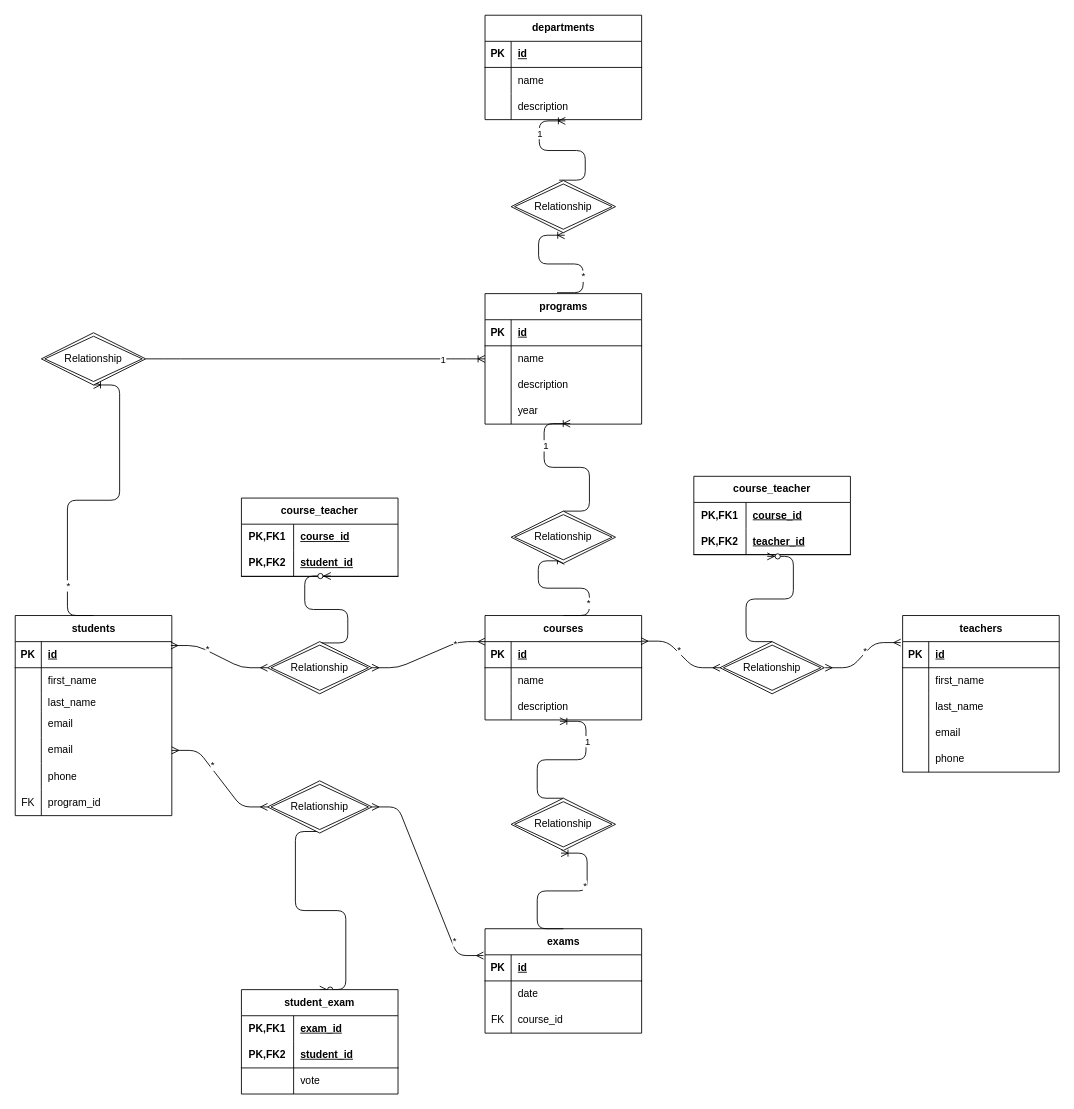
Earlier version of the draw.io diagram er-diagram.drawio (gialli24/db-university). Source tidied: cells renumbered, new cells numbered last; positions are measured from the earlier drawing's top-left corner, leaving out a move shared by most shapes. Both pictures are drawn from the tidied source at 87%, with x=0, y=0 at pixel (15, 15).
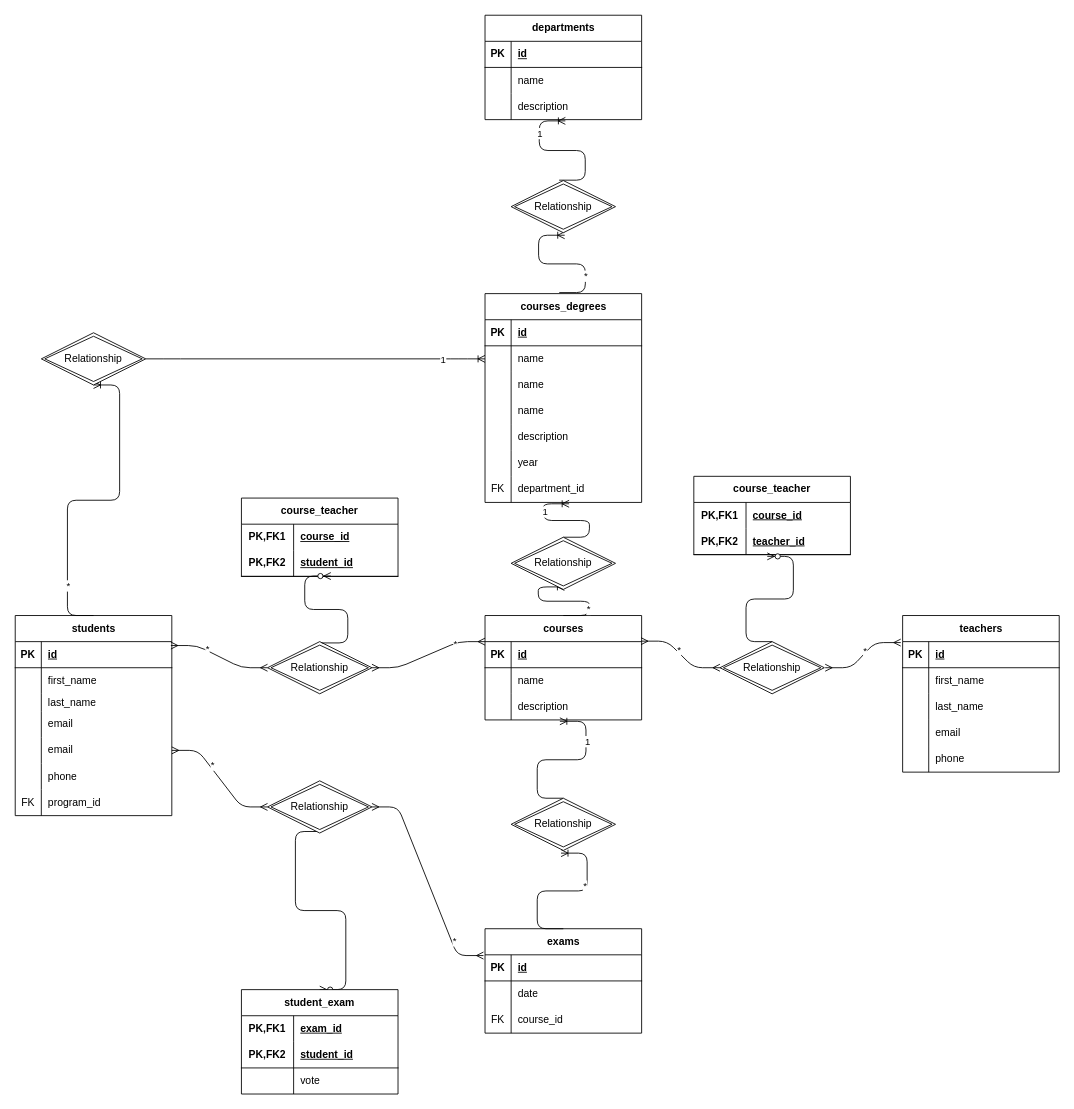
After the change.

Commit message (it also covers changes not shown here):
fix missing foreign key in courses_degrees table, renamed from programs

The change refers to these unchanged cells:
```xml
<mxCell id="87" value="Relationship" style="shape=rhombus;double=1;perimeter=rhombusPerimeter;whiteSpace=wrap;html=1;align=center;" parent="1" vertex="1">
  <mxGeometry x="570" y="190" width="120" height="60" as="geometry" />
</mxCell>
```

Diff of the diagram source:
```diff
@@
-    <mxCell id="50" value="programs" style="shape=table;startSize=30;childLayout=tableLayout;rowLines=0;fontStyle=1;align=center;html=1;" parent="1" vertex="1">
-      <mxGeometry x="540" y="320" width="180" height="150" as="geometry" />
-    </mxCell>
-    <mxCell id="51" style="shape=tableRow;horizontal=0;startSize=0;swimlaneHead=0;swimlaneBody=0;fillColor=none;top=0;left=0;right=0;bottom=1;" parent="50" vertex="1">
-      <mxGeometry y="30" width="180" height="30" as="geometry" />
-    </mxCell>
-    <mxCell id="52" value="PK" style="shape=partialRectangle;fillColor=none;top=0;left=0;bottom=0;right=0;fontStyle=1;overflow=hidden;whiteSpace=wrap;html=1;" parent="51" vertex="1">
-      <mxGeometry width="30" height="30" as="geometry" />
-    </mxCell>
-    <mxCell id="53" value="id" style="shape=partialRectangle;fillColor=none;top=0;left=0;bottom=0;right=0;align=left;spacingLeft=6;fontStyle=5;overflow=hidden;whiteSpace=wrap;html=1;" parent="51" vertex="1">
-      <mxGeometry x="30" width="150" height="30" as="geometry" />
-    </mxCell>
-    <mxCell id="54" style="shape=tableRow;horizontal=0;startSize=0;swimlaneHead=0;swimlaneBody=0;fillColor=none;points=[[0,0.5],[1,0.5]];portConstraint=eastwest;top=0;left=0;right=0;bottom=0;" parent="50" vertex="1">
-      <mxGeometry y="60" width="180" height="30" as="geometry" />
-    </mxCell>
-    <mxCell id="55" style="shape=partialRectangle;fillColor=none;top=0;left=0;bottom=0;right=0;overflow=hidden;whiteSpace=wrap;html=1;" parent="54" vertex="1">
-      <mxGeometry width="30" height="30" as="geometry" />
-    </mxCell>
-    <mxCell id="56" value="name" style="shape=partialRectangle;fillColor=none;top=0;left=0;bottom=0;right=0;align=left;spacingLeft=6;overflow=hidden;whiteSpace=wrap;html=1;" parent="54" vertex="1">
-      <mxGeometry x="30" width="150" height="30" as="geometry" />
-    </mxCell>
-    <mxCell id="57" style="shape=tableRow;horizontal=0;startSize=0;swimlaneHead=0;swimlaneBody=0;fillColor=none;top=0;left=0;right=0;bottom=0;" parent="50" vertex="1">
-      <mxGeometry y="90" width="180" height="30" as="geometry" />
-    </mxCell>
-    <mxCell id="58" style="shape=partialRectangle;fillColor=none;top=0;left=0;bottom=0;right=0;overflow=hidden;whiteSpace=wrap;html=1;" parent="57" vertex="1">
-      <mxGeometry width="30" height="30" as="geometry" />
-    </mxCell>
-    <mxCell id="59" value="description" style="shape=partialRectangle;fillColor=none;top=0;left=0;bottom=0;right=0;align=left;spacingLeft=6;overflow=hidden;whiteSpace=wrap;html=1;" parent="57" vertex="1">
-      <mxGeometry x="30" width="150" height="30" as="geometry" />
-    </mxCell>
-    <mxCell id="60" style="shape=tableRow;horizontal=0;startSize=0;swimlaneHead=0;swimlaneBody=0;fillColor=none;points=[[0,0.5],[1,0.5]];portConstraint=eastwest;top=0;left=0;right=0;bottom=0;" parent="50" vertex="1">
-      <mxGeometry y="120" width="180" height="30" as="geometry" />
-    </mxCell>
-    <mxCell id="61" style="shape=partialRectangle;fillColor=none;top=0;left=0;bottom=0;right=0;overflow=hidden;whiteSpace=wrap;html=1;" parent="60" vertex="1">
-      <mxGeometry width="30" height="30" as="geometry" />
-    </mxCell>
-    <mxCell id="62" value="year" style="shape=partialRectangle;fillColor=none;top=0;left=0;bottom=0;right=0;align=left;spacingLeft=6;overflow=hidden;whiteSpace=wrap;html=1;" parent="60" vertex="1">
-      <mxGeometry x="30" width="150" height="30" as="geometry" />
-    </mxCell>
@@
-    <mxCell id="85" style="edgeStyle=entityRelationEdgeStyle;fontSize=12;html=1;endArrow=ERoneToMany;exitX=0.46;exitY=-0.007;exitDx=0;exitDy=0;exitPerimeter=0;entryX=0.513;entryY=1.048;entryDx=0;entryDy=0;entryPerimeter=0;" parent="1" edge="1" source="50" target="87">
+    <mxCell id="85" style="edgeStyle=entityRelationEdgeStyle;fontSize=12;html=1;endArrow=ERoneToMany;exitX=0.474;exitY=-0.005;exitDx=0;exitDy=0;exitPerimeter=0;entryX=0.513;entryY=1.048;entryDx=0;entryDy=0;entryPerimeter=0;" parent="1" edge="1" source="145" target="87">
       <mxGeometry relative="1" as="geometry">
         <Array as="points">
           <mxPoint x="630" y="270" />
           <mxPoint x="602" y="270" />
           <mxPoint x="560" y="260" />
         </Array>
       </mxGeometry>
     </mxCell>
@@
-    <mxCell id="88" style="edgeStyle=entityRelationEdgeStyle;fontSize=12;html=1;endArrow=ERoneToMany;entryX=0.544;entryY=0.979;entryDx=0;entryDy=0;entryPerimeter=0;exitX=0.5;exitY=0;exitDx=0;exitDy=0;" parent="1" edge="1" source="92" target="60">
+    <mxCell id="88" style="edgeStyle=entityRelationEdgeStyle;fontSize=12;html=1;endArrow=ERoneToMany;entryX=0.537;entryY=1.052;entryDx=0;entryDy=0;entryPerimeter=0;exitX=0.5;exitY=0;exitDx=0;exitDy=0;" parent="1" edge="1" source="92" target="156">
       <mxGeometry relative="1" as="geometry" />
     </mxCell>
@@
     <mxCell id="92" value="Relationship" style="shape=rhombus;double=1;perimeter=rhombusPerimeter;whiteSpace=wrap;html=1;align=center;" parent="1" vertex="1">
-      <mxGeometry x="570" y="570" width="120" height="60" as="geometry" />
+      <mxGeometry x="570" y="600" width="120" height="60" as="geometry" />
     </mxCell>
@@
+    <mxCell id="145" value="courses_degrees" style="shape=table;startSize=30;childLayout=tableLayout;rowLines=0;fontStyle=1;align=center;html=1;" parent="1" vertex="1">
+      <mxGeometry x="540" y="320" width="180" height="240" as="geometry" />
+    </mxCell>
+    <mxCell id="51" style="shape=tableRow;horizontal=0;startSize=0;swimlaneHead=0;swimlaneBody=0;fillColor=none;top=0;left=0;right=0;bottom=1;" parent="145" vertex="1">
+      <mxGeometry y="30" width="180" height="30" as="geometry" />
+    </mxCell>
+    <mxCell id="52" value="PK" style="shape=partialRectangle;fillColor=none;top=0;left=0;bottom=0;right=0;fontStyle=1;overflow=hidden;whiteSpace=wrap;html=1;" parent="51" vertex="1">
+      <mxGeometry width="30" height="30" as="geometry" />
+    </mxCell>
+    <mxCell id="53" value="id" style="shape=partialRectangle;fillColor=none;top=0;left=0;bottom=0;right=0;align=left;spacingLeft=6;fontStyle=5;overflow=hidden;whiteSpace=wrap;html=1;" parent="51" vertex="1">
+      <mxGeometry x="30" width="150" height="30" as="geometry" />
+    </mxCell>
+    <mxCell id="54" style="shape=tableRow;horizontal=0;startSize=0;swimlaneHead=0;swimlaneBody=0;fillColor=none;points=[[0,0.5],[1,0.5]];portConstraint=eastwest;top=0;left=0;right=0;bottom=0;" parent="145" vertex="1">
+      <mxGeometry y="60" width="180" height="30" as="geometry" />
+    </mxCell>
+    <mxCell id="146" style="shape=partialRectangle;fillColor=none;top=0;left=0;bottom=0;right=0;overflow=hidden;whiteSpace=wrap;html=1;" parent="54" vertex="1">
+      <mxGeometry width="30" height="30" as="geometry" />
+    </mxCell>
+    <mxCell id="147" value="name" style="shape=partialRectangle;fillColor=none;top=0;left=0;bottom=0;right=0;align=left;spacingLeft=6;overflow=hidden;whiteSpace=wrap;html=1;" parent="54" vertex="1">
+      <mxGeometry x="30" width="150" height="30" as="geometry" />
+    </mxCell>
+    <mxCell id="57" style="shape=tableRow;horizontal=0;startSize=0;swimlaneHead=0;swimlaneBody=0;fillColor=none;top=0;left=0;right=0;bottom=0;" parent="145" vertex="1">
+      <mxGeometry y="90" width="180" height="30" as="geometry" />
+    </mxCell>
+    <mxCell id="148" style="shape=partialRectangle;fillColor=none;top=0;left=0;bottom=0;right=0;overflow=hidden;whiteSpace=wrap;html=1;" parent="57" vertex="1">
+      <mxGeometry width="30" height="30" as="geometry" />
+    </mxCell>
+    <mxCell id="149" value="name" style="shape=partialRectangle;fillColor=none;top=0;left=0;bottom=0;right=0;align=left;spacingLeft=6;overflow=hidden;whiteSpace=wrap;html=1;" parent="57" vertex="1">
+      <mxGeometry x="30" width="150" height="30" as="geometry" />
+    </mxCell>
+    <mxCell id="60" style="shape=tableRow;horizontal=0;startSize=0;swimlaneHead=0;swimlaneBody=0;fillColor=none;points=[[0,0.5],[1,0.5]];portConstraint=eastwest;top=0;left=0;right=0;bottom=0;" parent="145" vertex="1">
+      <mxGeometry y="120" width="180" height="30" as="geometry" />
+    </mxCell>
+    <mxCell id="150" style="shape=partialRectangle;fillColor=none;top=0;left=0;bottom=0;right=0;overflow=hidden;whiteSpace=wrap;html=1;" parent="60" vertex="1">
+      <mxGeometry width="30" height="30" as="geometry" />
+    </mxCell>
+    <mxCell id="151" value="name" style="shape=partialRectangle;fillColor=none;top=0;left=0;bottom=0;right=0;align=left;spacingLeft=6;overflow=hidden;whiteSpace=wrap;html=1;" parent="60" vertex="1">
+      <mxGeometry x="30" width="150" height="30" as="geometry" />
+    </mxCell>
+    <mxCell id="152" style="shape=tableRow;horizontal=0;startSize=0;swimlaneHead=0;swimlaneBody=0;fillColor=none;top=0;left=0;right=0;bottom=0;" parent="145" vertex="1">
+      <mxGeometry y="150" width="180" height="30" as="geometry" />
+    </mxCell>
+    <mxCell id="153" style="shape=partialRectangle;fillColor=none;top=0;left=0;bottom=0;right=0;overflow=hidden;whiteSpace=wrap;html=1;" parent="152" vertex="1">
+      <mxGeometry width="30" height="30" as="geometry" />
+    </mxCell>
+    <mxCell id="59" value="description" style="shape=partialRectangle;fillColor=none;top=0;left=0;bottom=0;right=0;align=left;spacingLeft=6;overflow=hidden;whiteSpace=wrap;html=1;" parent="152" vertex="1">
+      <mxGeometry x="30" width="150" height="30" as="geometry" />
+    </mxCell>
+    <mxCell id="154" style="shape=tableRow;horizontal=0;startSize=0;swimlaneHead=0;swimlaneBody=0;fillColor=none;top=0;left=0;right=0;bottom=0;" parent="145" vertex="1">
+      <mxGeometry y="180" width="180" height="30" as="geometry" />
+    </mxCell>
+    <mxCell id="155" style="shape=partialRectangle;fillColor=none;top=0;left=0;bottom=0;right=0;overflow=hidden;whiteSpace=wrap;html=1;" parent="154" vertex="1">
+      <mxGeometry width="30" height="30" as="geometry" />
+    </mxCell>
+    <mxCell id="62" value="year" style="shape=partialRectangle;fillColor=none;top=0;left=0;bottom=0;right=0;align=left;spacingLeft=6;overflow=hidden;whiteSpace=wrap;html=1;" parent="154" vertex="1">
+      <mxGeometry x="30" width="150" height="30" as="geometry" />
+    </mxCell>
+    <mxCell id="156" style="shape=tableRow;horizontal=0;startSize=0;swimlaneHead=0;swimlaneBody=0;fillColor=none;points=[[0,0.5],[1,0.5]];portConstraint=eastwest;top=0;left=0;right=0;bottom=0;" parent="145" vertex="1">
+      <mxGeometry y="210" width="180" height="30" as="geometry" />
+    </mxCell>
+    <mxCell id="157" value="FK" style="shape=partialRectangle;fillColor=none;top=0;left=0;bottom=0;right=0;overflow=hidden;whiteSpace=wrap;html=1;" parent="156" vertex="1">
+      <mxGeometry width="30" height="30" as="geometry" />
+    </mxCell>
+    <mxCell id="158" value="department_id" style="shape=partialRectangle;fillColor=none;top=0;left=0;bottom=0;right=0;align=left;spacingLeft=6;overflow=hidden;whiteSpace=wrap;html=1;" parent="156" vertex="1">
+      <mxGeometry x="30" width="150" height="30" as="geometry" />
+    </mxCell>
```
